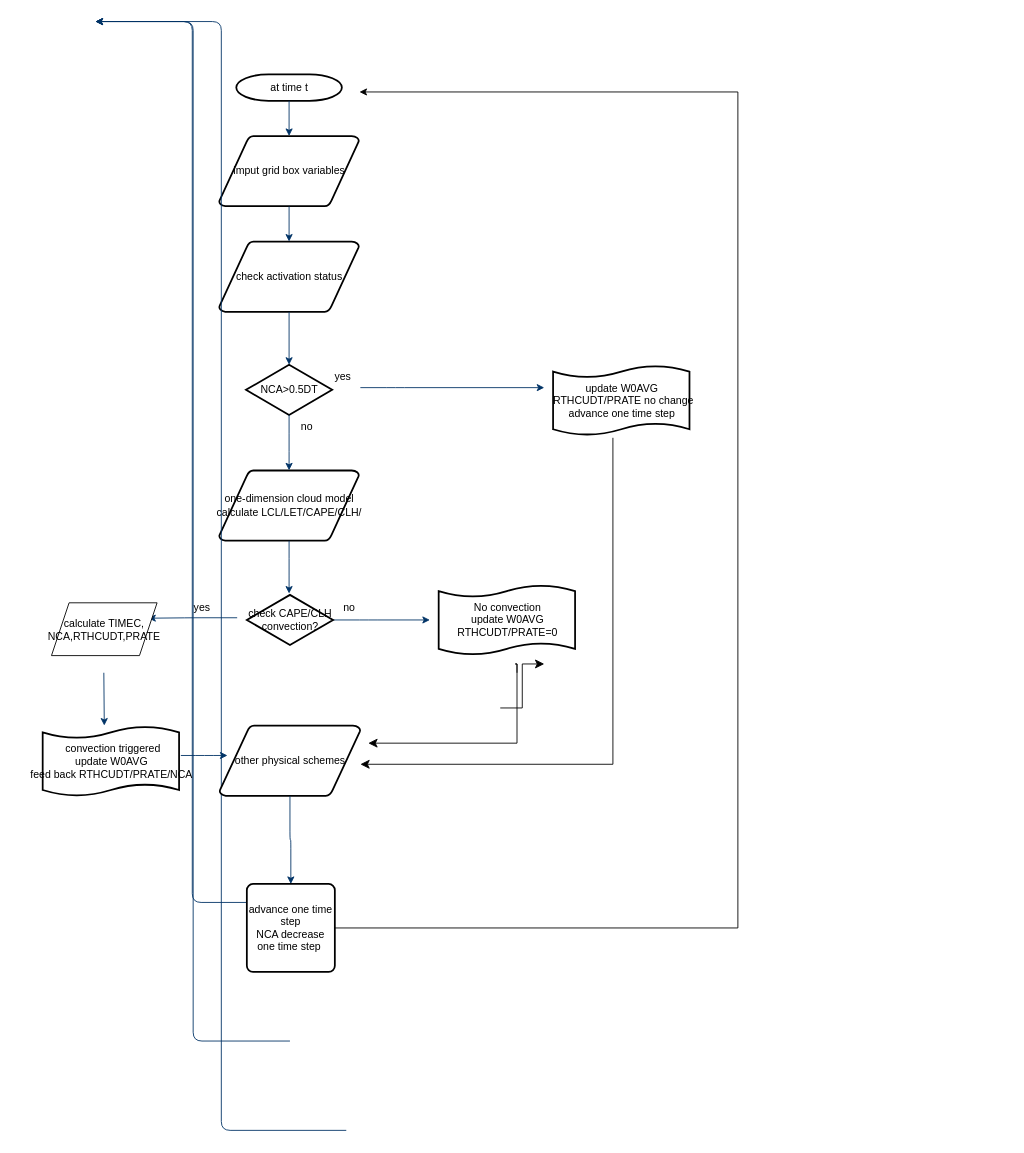
The draw.io diagram mskf-flowchart01.drawio in yuxing79/weather, before the edit. Source tidied: cells renumbered, new cells numbered last; positions are measured from the earlier drawing's top-left corner, leaving out a move shared by most shapes. Both pictures are drawn from the tidied source at 88%, with x=0, y=0 at pixel (42, 21).
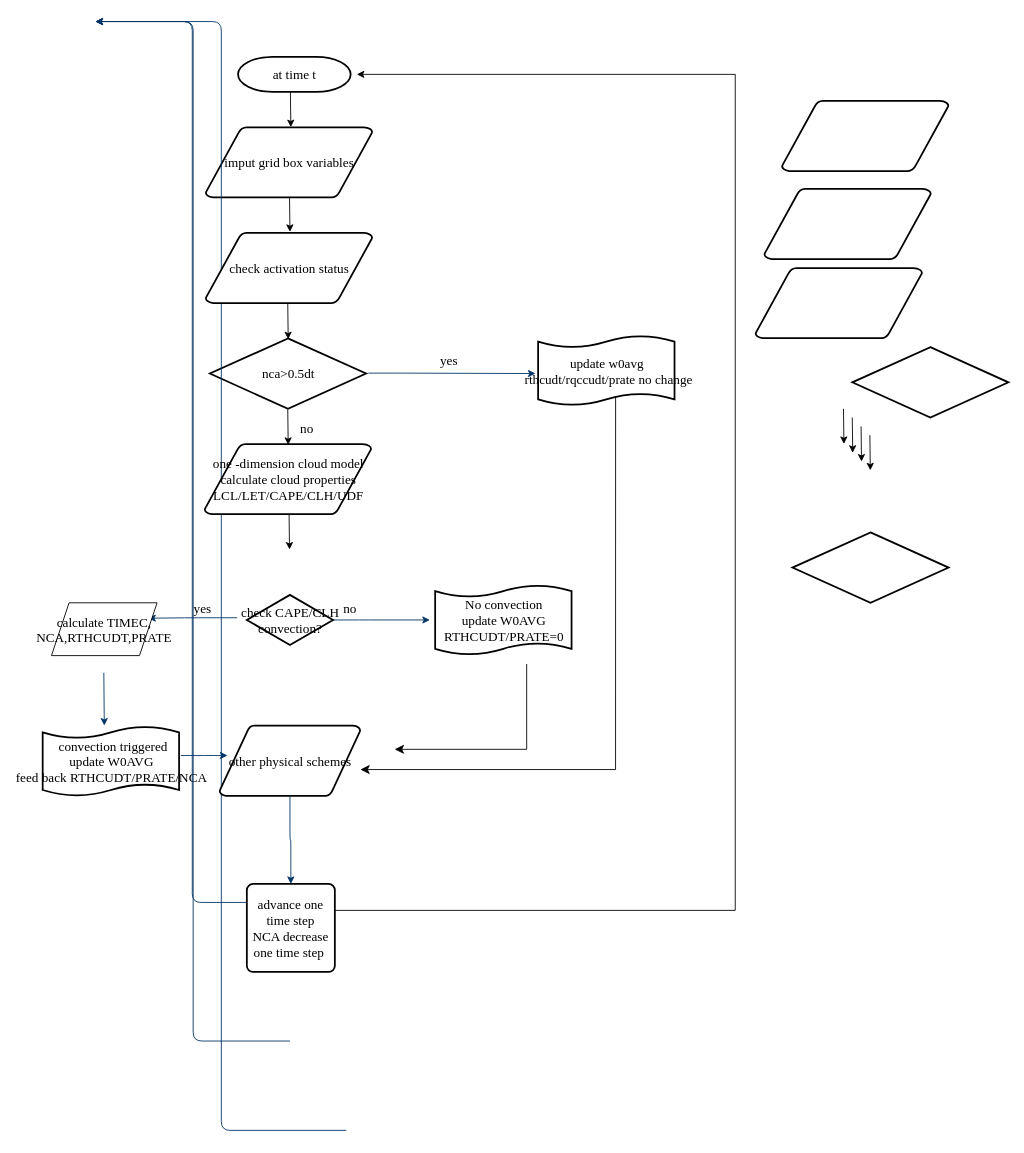
After the change.

What changed in the source:
```diff
@@
-    <mxCell id="2" value="at time t" style="shape=mxgraph.flowchart.terminator;strokeWidth=2;gradientColor=none;gradientDirection=north;fontStyle=0;html=1;" parent="1" vertex="1">
-      <mxGeometry x="220" y="60" width="120" height="30" as="geometry" />
+    <mxCell id="2" value="at time t" style="shape=mxgraph.flowchart.terminator;strokeWidth=2;gradientColor=none;gradientDirection=north;fontStyle=0;html=1;fontSize=15;fontFamily=Times New Roman;" parent="1" vertex="1">
+      <mxGeometry x="222" y="40" width="128" height="40" as="geometry" />
     </mxCell>
-    <mxCell id="3" value="imput grid box variables&lt;br&gt;" style="shape=mxgraph.flowchart.data;strokeWidth=2;gradientColor=none;gradientDirection=north;fontStyle=0;html=1;" parent="1" vertex="1">
-      <mxGeometry x="200.5" y="130" width="159" height="80" as="geometry" />
+    <mxCell id="3" value="imput grid box variables&lt;br style=&quot;font-size: 15px;&quot;&gt;" style="shape=mxgraph.flowchart.data;strokeWidth=2;gradientColor=none;gradientDirection=north;fontStyle=0;html=1;fontSize=15;fontFamily=Times New Roman;" parent="1" vertex="1">
+      <mxGeometry x="185.2" y="120" width="189.5" height="80" as="geometry" />
     </mxCell>
-    <mxCell id="4" value="one-dimension cloud model&lt;br&gt;calculate LCL/LET/CAPE/CLH/" style="shape=mxgraph.flowchart.data;strokeWidth=2;gradientColor=none;gradientDirection=north;fontStyle=0;html=1;" parent="1" vertex="1">
-      <mxGeometry x="200.5" y="510" width="159" height="80" as="geometry" />
-    </mxCell>
-    <mxCell id="5" value="check activation status" style="shape=mxgraph.flowchart.data;strokeWidth=2;gradientColor=none;gradientDirection=north;fontStyle=0;html=1;" parent="1" vertex="1">
-      <mxGeometry x="200.5" y="250" width="159" height="80" as="geometry" />
-    </mxCell>
-    <mxCell id="6" value="NCA&amp;gt;0.5DT" style="shape=mxgraph.flowchart.decision;strokeWidth=2;gradientColor=none;gradientDirection=north;fontStyle=0;html=1;" parent="1" vertex="1">
-      <mxGeometry x="231" y="390" width="98" height="57" as="geometry" />
+    <mxCell id="6" value="nca&amp;gt;0.5dt" style="shape=mxgraph.flowchart.decision;strokeWidth=2;gradientColor=none;gradientDirection=north;fontStyle=0;html=1;fontSize=15;fontFamily=Times New Roman;" parent="1" vertex="1">
+      <mxGeometry x="190" y="360" width="177.5" height="80" as="geometry" />
     </mxCell>
-    <mxCell id="7" style="fontStyle=1;strokeColor=#003366;strokeWidth=1;html=1;" parent="1" edge="1" source="2" target="3">
-      <mxGeometry relative="1" as="geometry" />
-    </mxCell>
-    <mxCell id="8" style="fontStyle=1;strokeColor=#003366;strokeWidth=1;html=1;" parent="1" edge="1" source="3" target="5">
-      <mxGeometry relative="1" as="geometry" />
-    </mxCell>
-    <mxCell id="9" style="entryX=0.5;entryY=0;entryPerimeter=0;fontStyle=1;strokeColor=#003366;strokeWidth=1;html=1;" parent="1" edge="1" source="5" target="6">
-      <mxGeometry relative="1" as="geometry" />
-    </mxCell>
-    <mxCell id="10" value="yes" style="text;fontStyle=0;html=1;strokeColor=none;gradientColor=none;fillColor=none;strokeWidth=2;" parent="1" vertex="1">
-      <mxGeometry x="330" y="390" width="40" height="26" as="geometry" />
+    <mxCell id="10" value="yes" style="text;fontStyle=0;html=1;strokeColor=none;gradientColor=none;fillColor=none;strokeWidth=2;fontSize=15;fontFamily=Times New Roman;" parent="1" vertex="1">
+      <mxGeometry x="450" y="370" width="40" height="26" as="geometry" />
     </mxCell>
-    <mxCell id="11" style="edgeStyle=elbowEdgeStyle;elbow=horizontal;fontColor=#001933;fontStyle=1;strokeColor=#003366;strokeWidth=1;html=1;" parent="1" edge="1" source="6" target="4">
-      <mxGeometry as="geometry" />
-    </mxCell>
-    <mxCell id="12" value="no" style="text;fontStyle=0;html=1;strokeColor=none;gradientColor=none;fillColor=none;strokeWidth=2;align=center;" parent="1" vertex="1">
+    <mxCell id="12" value="no" style="text;fontStyle=0;html=1;strokeColor=none;gradientColor=none;fillColor=none;strokeWidth=2;align=center;fontSize=15;fontFamily=Times New Roman;" parent="1" vertex="1">
       <mxGeometry x="280" y="447" width="40" height="26" as="geometry" />
     </mxCell>
-    <mxCell id="13" style="edgeStyle=elbowEdgeStyle;elbow=horizontal;fontStyle=1;strokeColor=#003366;strokeWidth=1;html=1;" parent="1" edge="1" source="4">
-      <mxGeometry as="geometry">
-        <mxPoint x="280" y="650" as="targetPoint" />
-      </mxGeometry>
-    </mxCell>
-    <mxCell id="14" style="edgeStyle=elbowEdgeStyle;elbow=horizontal;fontStyle=1;strokeColor=#003366;strokeWidth=1;html=1;" parent="1" edge="1" source="22">
+    <mxCell id="14" style="edgeStyle=elbowEdgeStyle;elbow=horizontal;fontStyle=1;strokeColor=#003366;strokeWidth=1;html=1;fontSize=15;fontFamily=Times New Roman;" parent="1" edge="1" source="22">
       <mxGeometry as="geometry">
         <mxPoint x="440" y="680" as="targetPoint" />
         <Array as="points">
           <mxPoint x="370" y="680" />
         </Array>
       </mxGeometry>
     </mxCell>
-    <mxCell id="15" style="edgeStyle=elbowEdgeStyle;elbow=horizontal;exitX=0.5;exitY=1;exitPerimeter=0;fontStyle=1;strokeColor=#003366;strokeWidth=1;html=1;" parent="1" edge="1">
+    <mxCell id="15" style="edgeStyle=elbowEdgeStyle;elbow=horizontal;exitX=0.5;exitY=1;exitPerimeter=0;fontStyle=1;strokeColor=#003366;strokeWidth=1;html=1;fontSize=15;fontFamily=Times New Roman;" parent="1" edge="1">
       <mxGeometry as="geometry">
         <mxPoint x="69.5" y="740" as="sourcePoint" />
         <mxPoint x="69.5" y="800" as="targetPoint" />
       </mxGeometry>
     </mxCell>
@@
-    <mxCell id="19" value="other physical schemes" style="shape=mxgraph.flowchart.data;strokeWidth=2;gradientColor=none;gradientDirection=north;fontStyle=0;html=1;" parent="1" vertex="1">
+    <mxCell id="19" value="other physical schemes" style="shape=mxgraph.flowchart.data;strokeWidth=2;gradientColor=none;gradientDirection=north;fontStyle=0;html=1;fontSize=15;fontFamily=Times New Roman;" parent="1" vertex="1">
       <mxGeometry x="201" y="800" width="160" height="80" as="geometry" />
     </mxCell>
-    <mxCell id="20" style="edgeStyle=elbowEdgeStyle;elbow=vertical;exitX=0.5;exitY=1;exitPerimeter=0;fontStyle=1;strokeColor=#003366;strokeWidth=1;html=1;entryX=0.5;entryY=0;entryDx=0;entryDy=0;" parent="1" edge="1" source="19" target="34">
+    <mxCell id="20" style="edgeStyle=elbowEdgeStyle;elbow=vertical;exitX=0.5;exitY=1;exitPerimeter=0;fontStyle=1;strokeColor=#003366;strokeWidth=1;html=1;entryX=0.5;entryY=0;entryDx=0;entryDy=0;fontSize=15;fontFamily=Times New Roman;" parent="1" edge="1" source="19" target="34">
       <mxGeometry as="geometry" />
     </mxCell>
-    <mxCell id="21" value="update W0AVG&lt;br&gt;&amp;nbsp;RTHCUDT/PRATE no change&lt;br&gt;advance one time step" style="shape=mxgraph.flowchart.paper_tape;strokeWidth=2;gradientColor=none;gradientDirection=north;fontStyle=0;html=1;" parent="1" vertex="1">
-      <mxGeometry x="580" y="390" width="155" height="81" as="geometry" />
+    <mxCell id="21" value="update w0avg&lt;br style=&quot;font-size: 15px;&quot;&gt;&amp;nbsp;rthcudt/rqccudt/prate no change" style="shape=mxgraph.flowchart.paper_tape;strokeWidth=2;gradientColor=none;gradientDirection=north;fontStyle=0;html=1;fontSize=15;fontFamily=Times New Roman;" parent="1" vertex="1">
+      <mxGeometry x="563" y="356" width="155" height="81" as="geometry" />
     </mxCell>
-    <mxCell id="22" value="check&amp;nbsp;CAPE/CLH&lt;br&gt;convection?" style="shape=mxgraph.flowchart.decision;strokeWidth=2;gradientColor=none;gradientDirection=north;fontStyle=0;html=1;" parent="1" vertex="1">
+    <mxCell id="22" value="check&amp;nbsp;CAPE/CLH&lt;br style=&quot;font-size: 15px;&quot;&gt;convection?" style="shape=mxgraph.flowchart.decision;strokeWidth=2;gradientColor=none;gradientDirection=north;fontStyle=0;html=1;fontSize=15;fontFamily=Times New Roman;" parent="1" vertex="1">
       <mxGeometry x="232" y="651.5" width="98" height="57" as="geometry" />
     </mxCell>
-    <mxCell id="23" style="edgeStyle=elbowEdgeStyle;elbow=horizontal;fontStyle=1;strokeColor=#003366;strokeWidth=1;html=1;" parent="1" edge="1">
+    <mxCell id="23" style="edgeStyle=elbowEdgeStyle;elbow=horizontal;fontStyle=1;strokeColor=#003366;strokeWidth=1;html=1;fontSize=15;fontFamily=Times New Roman;" parent="1" edge="1">
       <mxGeometry as="geometry">
         <mxPoint x="221" y="677.5" as="sourcePoint" />
         <mxPoint x="120" y="678" as="targetPoint" />
       </mxGeometry>
     </mxCell>
-    <mxCell id="24" value="no" style="text;fontStyle=0;html=1;strokeColor=none;gradientColor=none;fillColor=none;strokeWidth=2;" parent="1" vertex="1">
+    <mxCell id="24" value="no" style="text;fontStyle=0;html=1;strokeColor=none;gradientColor=none;fillColor=none;strokeWidth=2;fontSize=15;fontFamily=Times New Roman;" parent="1" vertex="1">
       <mxGeometry x="340" y="651.5" width="40" height="26" as="geometry" />
     </mxCell>
-    <mxCell id="25" value="No convection&lt;br&gt;update W0AVG&lt;br&gt;RTHCUDT/PRATE=0&lt;br&gt;" style="shape=mxgraph.flowchart.paper_tape;strokeWidth=2;gradientColor=none;gradientDirection=north;fontStyle=0;html=1;" parent="1" vertex="1">
-      <mxGeometry x="450" y="639.5" width="155" height="81" as="geometry" />
+    <mxCell id="25" value="No convection&lt;br style=&quot;font-size: 15px;&quot;&gt;update W0AVG&lt;br style=&quot;font-size: 15px;&quot;&gt;RTHCUDT/PRATE=0&lt;br style=&quot;font-size: 15px;&quot;&gt;" style="shape=mxgraph.flowchart.paper_tape;strokeWidth=2;gradientColor=none;gradientDirection=north;fontStyle=0;html=1;fontSize=15;fontFamily=Times New Roman;" parent="1" vertex="1">
+      <mxGeometry x="446" y="639.5" width="155" height="81" as="geometry" />
     </mxCell>
-    <mxCell id="26" value="yes" style="text;fontStyle=0;html=1;strokeColor=none;gradientColor=none;fillColor=none;strokeWidth=2;" parent="1" vertex="1">
+    <mxCell id="26" value="yes" style="text;fontStyle=0;html=1;strokeColor=none;gradientColor=none;fillColor=none;strokeWidth=2;fontSize=15;fontFamily=Times New Roman;" parent="1" vertex="1">
       <mxGeometry x="170" y="651.5" width="40" height="26" as="geometry" />
     </mxCell>
-    <mxCell id="27" value="&amp;nbsp;convection triggered&lt;br&gt;update W0AVG&lt;br&gt;feed back RTHCUDT/PRATE/NCA&lt;br&gt;" style="shape=mxgraph.flowchart.paper_tape;strokeWidth=2;gradientColor=none;gradientDirection=north;fontStyle=0;html=1;" parent="1" vertex="1">
+    <mxCell id="27" value="&amp;nbsp;convection triggered&lt;br style=&quot;font-size: 15px;&quot;&gt;update W0AVG&lt;br style=&quot;font-size: 15px;&quot;&gt;feed back RTHCUDT/PRATE/NCA&lt;br style=&quot;font-size: 15px;&quot;&gt;" style="shape=mxgraph.flowchart.paper_tape;strokeWidth=2;gradientColor=none;gradientDirection=north;fontStyle=0;html=1;fontSize=15;fontFamily=Times New Roman;" parent="1" vertex="1">
       <mxGeometry y="800" width="155" height="81" as="geometry" />
     </mxCell>
-    <mxCell id="28" value="calculate TIMEC, NCA,RTHCUDT,PRATE" style="shape=parallelogram;perimeter=parallelogramPerimeter;whiteSpace=wrap;html=1;fixedSize=1;" parent="1" vertex="1">
+    <mxCell id="28" value="calculate TIMEC, NCA,RTHCUDT,PRATE" style="shape=parallelogram;perimeter=parallelogramPerimeter;whiteSpace=wrap;html=1;fixedSize=1;fontSize=15;fontFamily=Times New Roman;" parent="1" vertex="1">
       <mxGeometry x="10" y="660.5" width="120" height="60" as="geometry" />
     </mxCell>
-    <mxCell id="29" style="edgeStyle=elbowEdgeStyle;elbow=horizontal;exitX=1.013;exitY=0.42;exitPerimeter=0;fontStyle=1;strokeColor=#003366;strokeWidth=1;html=1;exitDx=0;exitDy=0;" parent="1" edge="1" source="27">
+    <mxCell id="29" style="edgeStyle=elbowEdgeStyle;elbow=horizontal;exitX=1.013;exitY=0.42;exitPerimeter=0;fontStyle=1;strokeColor=#003366;strokeWidth=1;html=1;exitDx=0;exitDy=0;fontSize=15;fontFamily=Times New Roman;" parent="1" edge="1" source="27">
       <mxGeometry as="geometry">
         <mxPoint x="210" y="834" as="targetPoint" />
       </mxGeometry>
     </mxCell>
-    <mxCell id="30" style="edgeStyle=elbowEdgeStyle;elbow=horizontal;fontStyle=1;strokeColor=#003366;strokeWidth=1;html=1;" parent="1" edge="1">
+    <mxCell id="30" style="edgeStyle=elbowEdgeStyle;elbow=horizontal;fontStyle=1;strokeColor=#003366;strokeWidth=1;html=1;fontSize=15;fontFamily=Times New Roman;" parent="1" edge="1">
       <mxGeometry as="geometry">
-        <mxPoint x="361" y="416" as="sourcePoint" />
-        <mxPoint x="570" y="416" as="targetPoint" />
+        <mxPoint x="370" y="399.5" as="sourcePoint" />
+        <mxPoint x="560" y="400" as="targetPoint" />
         <Array as="points">
-          <mxPoint x="401" y="416" />
+          <mxPoint x="410" y="399.5" />
         </Array>
       </mxGeometry>
     </mxCell>
-    <mxCell id="31" style="edgeStyle=segmentEdgeStyle;endArrow=classic;html=1;curved=0;rounded=0;endSize=8;startSize=8;exitX=0.439;exitY=0.978;exitDx=0;exitDy=0;exitPerimeter=0;" parent="1" edge="1" target="19">
+    <mxCell id="31" style="edgeStyle=segmentEdgeStyle;endArrow=classic;html=1;curved=0;rounded=0;endSize=8;startSize=8;exitX=0.568;exitY=0.864;exitDx=0;exitDy=0;exitPerimeter=0;fontSize=15;fontFamily=Times New Roman;" parent="1" edge="1" source="21" target="19">
       <mxGeometry relative="1" as="geometry">
-        <mxPoint x="648" y="473" as="sourcePoint" />
         <Array as="points">
-          <mxPoint x="648" y="844" />
+          <mxPoint x="651" y="850" />
         </Array>
       </mxGeometry>
     </mxCell>
-    <mxCell id="32" style="edgeStyle=segmentEdgeStyle;endArrow=classic;html=1;curved=0;rounded=0;endSize=8;startSize=8;" parent="1" edge="1">
+    <mxCell id="32" style="edgeStyle=segmentEdgeStyle;endArrow=classic;html=1;curved=0;rounded=0;endSize=8;startSize=8;fontSize=15;fontFamily=Times New Roman;" parent="1" edge="1">
       <mxGeometry relative="1" as="geometry">
-        <mxPoint x="539" y="740" as="sourcePoint" />
-        <mxPoint x="370" y="820" as="targetPoint" />
+        <mxPoint x="550" y="730" as="sourcePoint" />
+        <mxPoint x="400" y="827" as="targetPoint" />
         <Array as="points">
-          <mxPoint x="537" y="730" />
-          <mxPoint x="539" y="730" />
-          <mxPoint x="539" y="818" />
+          <mxPoint x="550" y="827" />
         </Array>
       </mxGeometry>
     </mxCell>
-    <mxCell id="33" style="edgeStyle=orthogonalEdgeStyle;rounded=0;jettySize=auto;html=1;" parent="1" edge="1" source="34">
+    <mxCell id="33" style="edgeStyle=orthogonalEdgeStyle;rounded=0;orthogonalLoop=1;jettySize=auto;html=1;fontSize=15;fontFamily=Times New Roman;" parent="1" edge="1">
       <mxGeometry relative="1" as="geometry">
-        <mxPoint x="360" y="80" as="targetPoint" />
+        <mxPoint x="329" y="1010" as="sourcePoint" />
+        <mxPoint x="357" y="60" as="targetPoint" />
         <Array as="points">
-          <mxPoint x="790" y="1030" />
-          <mxPoint x="790" y="80" />
+          <mxPoint x="787" y="1010" />
+          <mxPoint x="787" y="60" />
         </Array>
       </mxGeometry>
     </mxCell>
-    <mxCell id="34" value="advance one time step&lt;br style=&quot;border-color: var(--border-color); font-size: 11px;&quot;&gt;NCA decrease one time step&amp;nbsp;" style="rounded=1;whiteSpace=wrap;html=1;absoluteArcSize=1;arcSize=14;strokeWidth=2;" parent="1" vertex="1">
+    <mxCell id="34" value="advance one time step&lt;br style=&quot;border-color: var(--border-color); font-size: 15px;&quot;&gt;NCA decrease one time step&amp;nbsp;" style="rounded=1;whiteSpace=wrap;html=1;absoluteArcSize=1;arcSize=14;strokeWidth=2;fontSize=15;fontFamily=Times New Roman;" parent="1" vertex="1">
       <mxGeometry x="232" y="980" width="100" height="100" as="geometry" />
     </mxCell>
-    <mxCell id="35" style="edgeStyle=elbowEdgeStyle;elbow=horizontal;endArrow=classic;html=1;curved=0;rounded=0;endSize=8;startSize=8;" parent="1" edge="1">
-      <mxGeometry relative="1" as="geometry">
-        <mxPoint x="520" y="780" as="sourcePoint" />
-        <mxPoint x="570" y="730" as="targetPoint" />
-      </mxGeometry>
-    </mxCell>
+    <mxCell id="36" style="endArrow=classic;html=1;rounded=0;fontSize=15;fontFamily=Times New Roman;" parent="1" edge="1">
+      <mxGeometry relative="1" as="geometry">
+        <mxPoint x="281.5" y="80" as="sourcePoint" />
+        <mxPoint x="282" y="120" as="targetPoint" />
+      </mxGeometry>
+    </mxCell>
+    <mxCell id="37" style="endArrow=classic;html=1;rounded=0;fontSize=15;fontFamily=Times New Roman;" parent="1" edge="1">
+      <mxGeometry relative="1" as="geometry">
+        <mxPoint x="280.5" y="199" as="sourcePoint" />
+        <mxPoint x="281" y="239" as="targetPoint" />
+      </mxGeometry>
+    </mxCell>
+    <mxCell id="5" value="check activation status" style="shape=mxgraph.flowchart.data;strokeWidth=2;gradientColor=none;gradientDirection=north;fontStyle=0;html=1;fontSize=15;fontFamily=Times New Roman;" parent="1" vertex="1">
+      <mxGeometry x="185.2" y="240" width="189.5" height="80" as="geometry" />
+    </mxCell>
+    <mxCell id="38" style="endArrow=classic;html=1;rounded=0;fontSize=15;fontFamily=Times New Roman;" parent="1" edge="1">
+      <mxGeometry relative="1" as="geometry">
+        <mxPoint x="278.5" y="321" as="sourcePoint" />
+        <mxPoint x="279" y="361" as="targetPoint" />
+      </mxGeometry>
+    </mxCell>
+    <mxCell id="39" style="endArrow=classic;html=1;rounded=0;fontSize=15;fontFamily=Times New Roman;" parent="1" edge="1">
+      <mxGeometry relative="1" as="geometry">
+        <mxPoint x="278.5" y="441" as="sourcePoint" />
+        <mxPoint x="279" y="481" as="targetPoint" />
+      </mxGeometry>
+    </mxCell>
+    <mxCell id="40" style="endArrow=classic;html=1;rounded=0;fontSize=15;fontFamily=Times New Roman;" parent="1" edge="1">
+      <mxGeometry relative="1" as="geometry">
+        <mxPoint x="910" y="440" as="sourcePoint" />
+        <mxPoint x="910.5" y="480" as="targetPoint" />
+      </mxGeometry>
+    </mxCell>
+    <mxCell id="41" value="one -dimension cloud model&lt;br style=&quot;border-color: var(--border-color);&quot;&gt;calculate cloud properties&lt;br style=&quot;border-color: var(--border-color);&quot;&gt;LCL/LET/CAPE/CLH/UDF" style="shape=mxgraph.flowchart.data;strokeWidth=2;gradientColor=none;gradientDirection=north;fontStyle=0;html=1;fontSize=15;fontFamily=Times New Roman;" parent="1" vertex="1">
+      <mxGeometry x="184" y="480" width="189.5" height="80" as="geometry" />
+    </mxCell>
+    <mxCell id="42" style="shape=mxgraph.flowchart.data;strokeWidth=2;gradientColor=none;gradientDirection=north;fontStyle=0;html=1;fontSize=15;fontFamily=Times New Roman;" parent="1" vertex="1">
+      <mxGeometry x="840" y="90" width="189.5" height="80" as="geometry" />
+    </mxCell>
+    <mxCell id="43" style="shape=mxgraph.flowchart.data;strokeWidth=2;gradientColor=none;gradientDirection=north;fontStyle=0;html=1;fontSize=15;fontFamily=Times New Roman;" parent="1" vertex="1">
+      <mxGeometry x="820" y="190" width="189.5" height="80" as="geometry" />
+    </mxCell>
+    <mxCell id="44" style="shape=mxgraph.flowchart.data;strokeWidth=2;gradientColor=none;gradientDirection=north;fontStyle=0;html=1;fontSize=15;fontFamily=Times New Roman;" parent="1" vertex="1">
+      <mxGeometry x="810" y="280" width="189.5" height="80" as="geometry" />
+    </mxCell>
+    <mxCell id="45" style="endArrow=classic;html=1;rounded=0;fontSize=15;fontFamily=Times New Roman;" parent="1" edge="1">
+      <mxGeometry relative="1" as="geometry">
+        <mxPoint x="920" y="450" as="sourcePoint" />
+        <mxPoint x="920.5" y="490" as="targetPoint" />
+      </mxGeometry>
+    </mxCell>
+    <mxCell id="46" style="endArrow=classic;html=1;rounded=0;fontSize=15;fontFamily=Times New Roman;" parent="1" edge="1">
+      <mxGeometry relative="1" as="geometry">
+        <mxPoint x="930" y="460" as="sourcePoint" />
+        <mxPoint x="930.5" y="500" as="targetPoint" />
+      </mxGeometry>
+    </mxCell>
+    <mxCell id="47" style="endArrow=classic;html=1;rounded=0;fontSize=15;fontFamily=Times New Roman;" parent="1" edge="1">
+      <mxGeometry relative="1" as="geometry">
+        <mxPoint x="940" y="470" as="sourcePoint" />
+        <mxPoint x="940.5" y="510" as="targetPoint" />
+      </mxGeometry>
+    </mxCell>
+    <mxCell id="48" style="endArrow=classic;html=1;rounded=0;fontSize=15;fontFamily=Times New Roman;" parent="1" edge="1">
+      <mxGeometry relative="1" as="geometry">
+        <mxPoint x="280" y="560" as="sourcePoint" />
+        <mxPoint x="280.5" y="600" as="targetPoint" />
+      </mxGeometry>
+    </mxCell>
+    <mxCell id="49" style="shape=mxgraph.flowchart.decision;strokeWidth=2;gradientColor=none;gradientDirection=north;fontStyle=0;html=1;fontSize=15;fontFamily=Times New Roman;" parent="1" vertex="1">
+      <mxGeometry x="920" y="370" width="177.5" height="80" as="geometry" />
+    </mxCell>
+    <mxCell id="50" style="shape=mxgraph.flowchart.decision;strokeWidth=2;gradientColor=none;gradientDirection=north;fontStyle=0;html=1;fontSize=15;fontFamily=Times New Roman;" parent="1" vertex="1">
+      <mxGeometry x="852" y="580.5" width="177.5" height="80" as="geometry" />
+    </mxCell>
```
